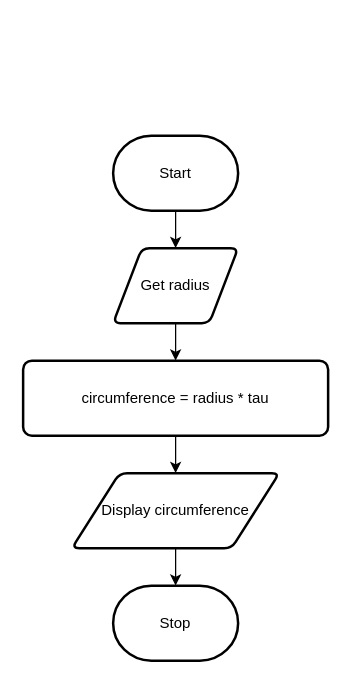
Before: page "Flowchart" (2 of 2) of design.drawio in Samuel-Webster-178/Assignment-02-Python, a draw.io diagram. Source tidied: cells renumbered, new cells numbered last; positions are measured from the earlier drawing's top-left corner, leaving out a move shared by most shapes. Both pictures are drawn from the tidied source at 125%, with x=0, y=0 at pixel (22, 135).
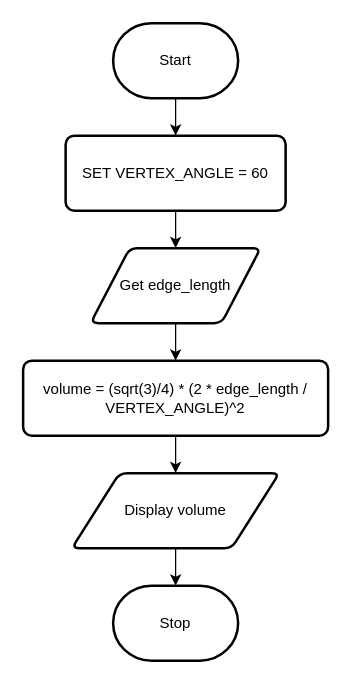
After the change.

The edit, as a diff of the source:
```diff
@@
 <mxGraphModel>
   <root>
     <mxCell id="0" />
     <mxCell id="1" parent="0" />
-    <mxCell id="2" style="edgeStyle=none;html=1;" parent="1" edge="1" source="3" target="5">
-      <mxGeometry relative="1" as="geometry" />
-    </mxCell>
+    <mxCell id="11" style="edgeStyle=none;html=1;" parent="1" edge="1" source="3" target="14">
+      <mxGeometry relative="1" as="geometry" />
+    </mxCell>
     <mxCell id="3" value="Start" style="strokeWidth=2;html=1;shape=mxgraph.flowchart.terminator;whiteSpace=wrap;" parent="1" vertex="1">
-      <mxGeometry x="72" width="100" height="60" as="geometry" />
+      <mxGeometry x="72" y="-90" width="100" height="60" as="geometry" />
     </mxCell>
     <mxCell id="4" style="edgeStyle=none;html=1;" parent="1" edge="1" source="5" target="7">
       <mxGeometry relative="1" as="geometry" />
     </mxCell>
-    <mxCell id="5" value="Get radius" style="shape=parallelogram;html=1;strokeWidth=2;perimeter=parallelogramPerimeter;whiteSpace=wrap;rounded=1;arcSize=12;size=0.23;" parent="1" vertex="1">
-      <mxGeometry x="72" y="90" width="100" height="60" as="geometry" />
+    <mxCell id="5" value="Get edge_length" style="shape=parallelogram;html=1;strokeWidth=2;perimeter=parallelogramPerimeter;whiteSpace=wrap;rounded=1;arcSize=12;size=0.23;" parent="1" vertex="1">
+      <mxGeometry x="54" y="90" width="136" height="60" as="geometry" />
     </mxCell>
-    <mxCell id="6" style="edgeStyle=none;html=1;" parent="1" edge="1" source="7" target="9">
-      <mxGeometry relative="1" as="geometry" />
-    </mxCell>
+    <mxCell id="12" style="edgeStyle=none;html=1;" parent="1" edge="1" source="7">
+      <mxGeometry relative="1" as="geometry">
+        <mxPoint x="122" y="270" as="targetPoint" />
+      </mxGeometry>
+    </mxCell>
-    <mxCell id="7" value="circumference = radius * tau" style="rounded=1;whiteSpace=wrap;html=1;absoluteArcSize=1;arcSize=14;strokeWidth=2;" parent="1" vertex="1">
+    <mxCell id="7" value="volume = (sqrt(3)/4) * (2 * edge_length / VERTEX_ANGLE)^2" style="rounded=1;whiteSpace=wrap;html=1;absoluteArcSize=1;arcSize=14;strokeWidth=2;" parent="1" vertex="1">
       <mxGeometry y="180" width="244" height="60" as="geometry" />
     </mxCell>
     <mxCell id="8" style="edgeStyle=none;html=1;" parent="1" edge="1" source="9" target="10">
       <mxGeometry relative="1" as="geometry" />
     </mxCell>
-    <mxCell id="9" value="Display circumference" style="shape=parallelogram;html=1;strokeWidth=2;perimeter=parallelogramPerimeter;whiteSpace=wrap;rounded=1;arcSize=12;size=0.23;" parent="1" vertex="1">
+    <mxCell id="9" value="Display volume" style="shape=parallelogram;html=1;strokeWidth=2;perimeter=parallelogramPerimeter;whiteSpace=wrap;rounded=1;arcSize=12;size=0.23;" parent="1" vertex="1">
       <mxGeometry x="39" y="270" width="166" height="60" as="geometry" />
     </mxCell>
     <mxCell id="10" value="Stop" style="strokeWidth=2;html=1;shape=mxgraph.flowchart.terminator;whiteSpace=wrap;" parent="1" vertex="1">
       <mxGeometry x="72" y="360" width="100" height="60" as="geometry" />
     </mxCell>
+    <mxCell id="13" style="edgeStyle=none;html=1;" parent="1" edge="1" source="14" target="5">
+      <mxGeometry relative="1" as="geometry" />
+    </mxCell>
+    <mxCell id="14" value="SET VERTEX_ANGLE = 60" style="rounded=1;whiteSpace=wrap;html=1;absoluteArcSize=1;arcSize=14;strokeWidth=2;" parent="1" vertex="1">
+      <mxGeometry x="34" width="176" height="60" as="geometry" />
+    </mxCell>
   </root>
 </mxGraphModel>
```
